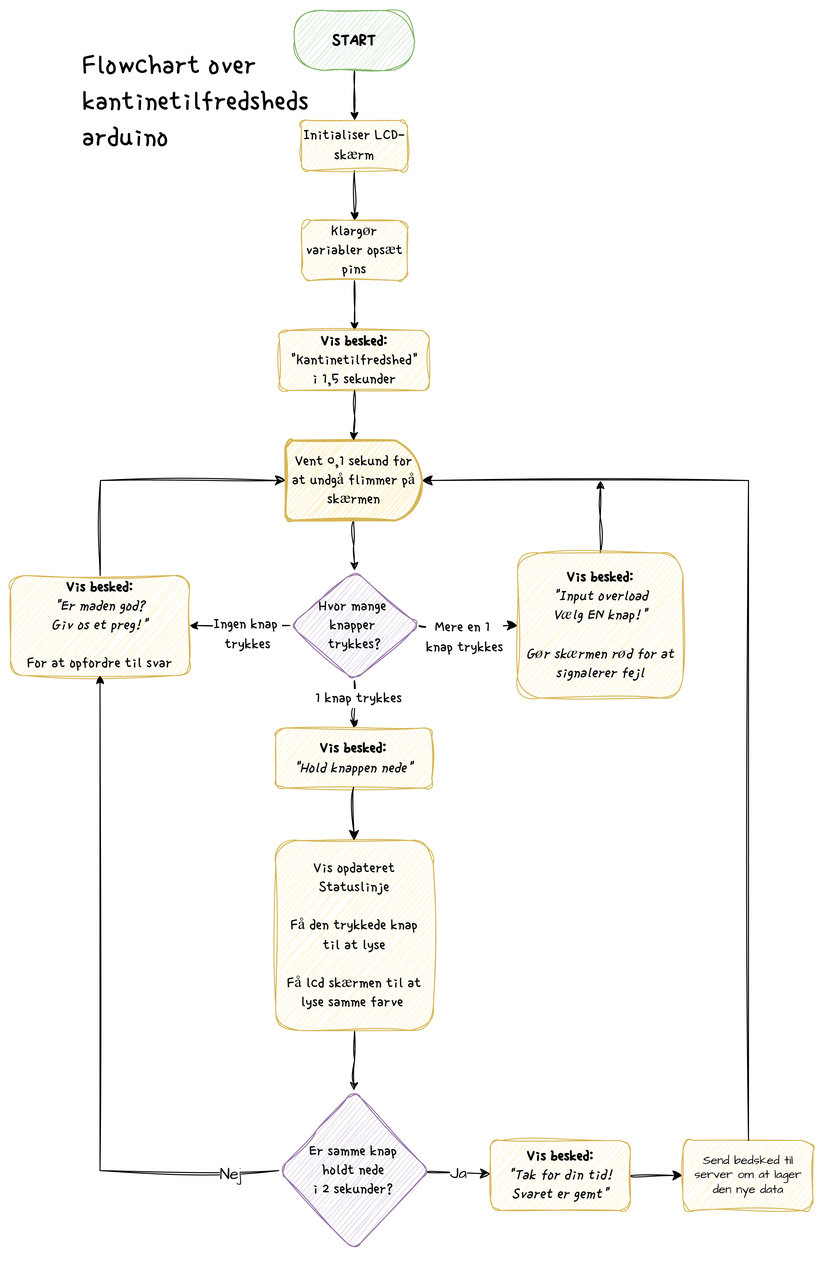
Above: billeder/arduino-flowchart - v2.png in JamesPness/Kantinetilfredshed (draw.io), before the change. Source tidied: cells renumbered, new cells last; positions are measured from the earlier drawing's top-left corner, leaving out a move shared by most shapes.
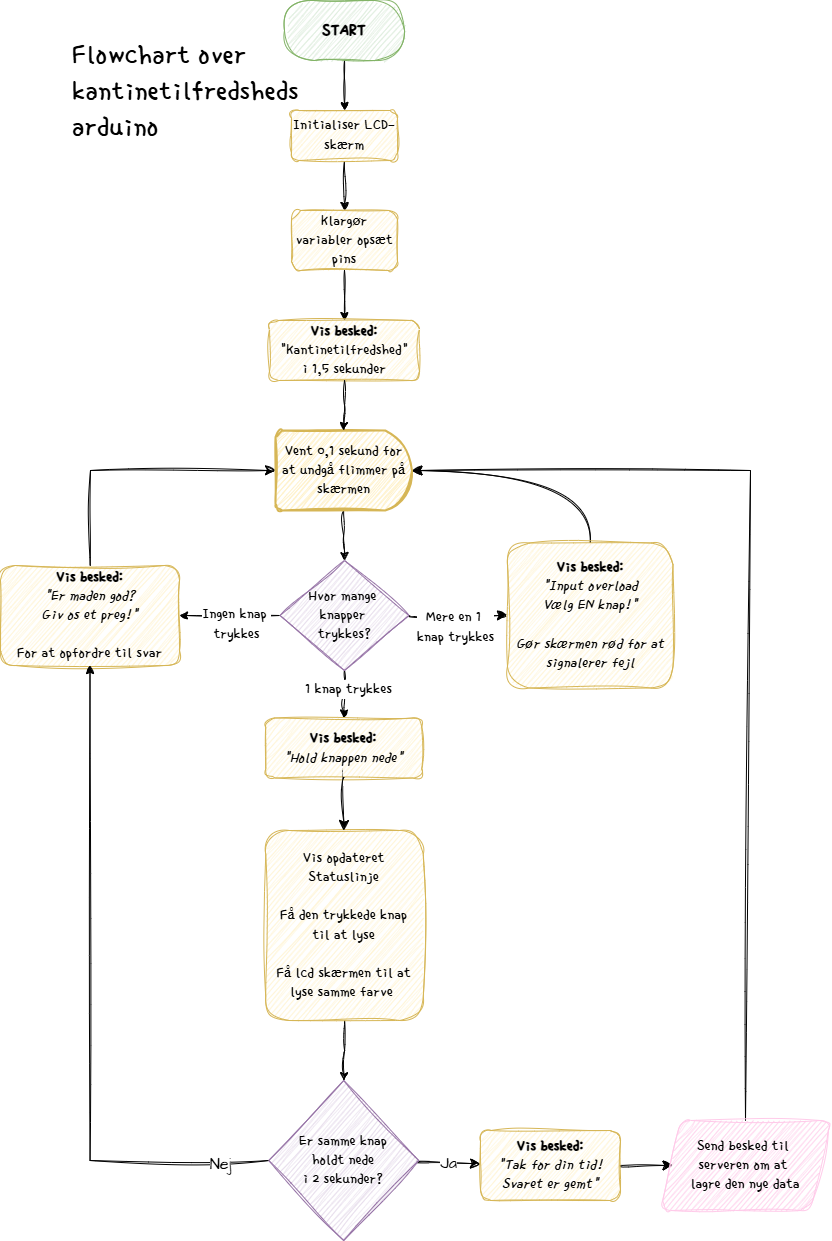
After the commit.

Diff of the diagram source:
```diff
@@ -65,24 +65,25 @@
     <mxCell id="20" value="&lt;font style=&quot;font-size: 16px;&quot;&gt;Nej&lt;/font&gt;" style="edgeLabel;html=1;align=center;verticalAlign=middle;sketch=1;hachureGap=4;jiggle=2;curveFitting=1;fontFamily=Architects Daughter;fontSource=https%3A%2F%2Ffonts.googleapis.com%2Fcss%3Ffamily%3DArchitects%2BDaughter;" parent="19" vertex="1">
       <mxGeometry x="-0.86" y="3" relative="1" as="geometry" />
     </mxCell>
-    <mxCell id="21" value="&lt;div&gt;&lt;span style=&quot;font-size: 16px; font-family: &amp;quot;Single Day&amp;quot;; background-color: transparent; color: light-dark(rgb(0, 0, 0), rgb(255, 255, 255));&quot;&gt;&lt;span style=&quot;font-weight: normal;&quot;&gt;Er samme knap&lt;/span&gt;&lt;/span&gt;&lt;/div&gt;&lt;div&gt;&lt;font face=&quot;Single Day&quot;&gt;&lt;span style=&quot;font-size: 16px;&quot;&gt;&lt;span style=&quot;font-weight: normal;&quot;&gt;holdt nede&lt;/span&gt;&lt;/span&gt;&lt;/font&gt;&lt;/div&gt;&lt;div&gt;&lt;font face=&quot;Single Day&quot;&gt;&lt;span style=&quot;font-size: 16px;&quot;&gt;&lt;span style=&quot;font-weight: normal;&quot;&gt;i 2 sekunder?&lt;/span&gt;&lt;/span&gt;&lt;/font&gt;&lt;/div&gt;" style="rhombus;whiteSpace=wrap;html=1;sketch=1;hachureGap=4;jiggle=2;curveFitting=1;fontFamily=Architects Daughter;fontSource=https%3A%2F%2Ffonts.googleapis.com%2Fcss%3Ffamily%3DArchitects%2BDaughter;rounded=1;fillColor=#e1d5e7;strokeColor=#9673a6;fontStyle=1;" parent="1" vertex="1">
+    <mxCell id="21" value="&lt;div&gt;&lt;span style=&quot;font-size: 16px; font-family: &amp;quot;Single Day&amp;quot;; background-color: transparent; color: light-dark(rgb(0, 0, 0), rgb(255, 255, 255));&quot;&gt;&lt;span style=&quot;font-weight: normal;&quot;&gt;Er samme knap&lt;/span&gt;&lt;/span&gt;&lt;/div&gt;&lt;div&gt;&lt;font face=&quot;Single Day&quot;&gt;&lt;span style=&quot;font-size: 16px;&quot;&gt;&lt;span style=&quot;font-weight: normal;&quot;&gt;holdt nede&lt;/span&gt;&lt;/span&gt;&lt;/font&gt;&lt;/div&gt;&lt;div&gt;&lt;font face=&quot;Single Day&quot;&gt;&lt;span style=&quot;font-size: 16px;&quot;&gt;&lt;span style=&quot;font-weight: normal;&quot;&gt;i 2 sekunder?&lt;/span&gt;&lt;/span&gt;&lt;/font&gt;&lt;/div&gt;" style="rhombus;whiteSpace=wrap;html=1;sketch=1;hachureGap=4;jiggle=2;curveFitting=1;fontFamily=Architects Daughter;fontSource=https%3A%2F%2Ffonts.googleapis.com%2Fcss%3Ffamily%3DArchitects%2BDaughter;rounded=0;fillColor=#e1d5e7;strokeColor=#9673a6;fontStyle=1;" parent="1" vertex="1">
       <mxGeometry x="268.2" y="1080" width="150" height="160" as="geometry" />
     </mxCell>
     <mxCell id="22" style="endArrow=classic;html=1;rounded=0;sketch=1;hachureGap=4;jiggle=2;curveFitting=1;fontFamily=Architects Daughter;fontSource=https%3A%2F%2Ffonts.googleapis.com%2Fcss%3Ffamily%3DArchitects%2BDaughter;fontSize=12;startSize=8;endSize=8;curved=1;exitX=0.5;exitY=1;exitDx=0;exitDy=0;" parent="1" edge="1" source="14" target="16">
       <mxGeometry relative="1" as="geometry" />
     </mxCell>
-    <mxCell id="23" style="edgeStyle=none;curved=1;rounded=0;sketch=1;hachureGap=4;jiggle=2;curveFitting=1;jettySize=auto;html=1;fontFamily=Architects Daughter;fontSource=https%3A%2F%2Ffonts.googleapis.com%2Fcss%3Ffamily%3DArchitects%2BDaughter;fontSize=12;startSize=8;endSize=8;" parent="1" edge="1" source="24" target="25">
-      <mxGeometry relative="1" as="geometry" />
+    <mxCell id="23" style="edgeStyle=none;curved=1;rounded=0;sketch=1;hachureGap=4;jiggle=2;curveFitting=1;jettySize=auto;html=1;fontFamily=Architects Daughter;fontSource=https%3A%2F%2Ffonts.googleapis.com%2Fcss%3Ffamily%3DArchitects%2BDaughter;fontSize=12;startSize=8;endSize=8;" parent="1" edge="1" source="24">
+      <mxGeometry relative="1" as="geometry">
+        <mxPoint x="672.5" y="1165" as="targetPoint" />
+      </mxGeometry>
     </mxCell>
     <mxCell id="24" value="&lt;b&gt;&lt;font style=&quot;font-size: 16px;&quot; face=&quot;Single Day&quot;&gt;Vis besked:&lt;/font&gt;&lt;/b&gt;&lt;div&gt;&lt;i&gt;&lt;font style=&quot;font-size: 16px;&quot; face=&quot;Single Day&quot;&gt;&quot;Tak for din tid!&lt;/font&gt;&lt;/i&gt;&lt;/div&gt;&lt;div&gt;&lt;i&gt;&lt;font style=&quot;font-size: 16px;&quot; face=&quot;Single Day&quot;&gt;Svaret er gemt&quot;&lt;/font&gt;&lt;/i&gt;&lt;/div&gt;" style="whiteSpace=wrap;html=1;fontFamily=Architects Daughter;fillColor=#fff2cc;strokeColor=#d6b656;sketch=1;hachureGap=4;jiggle=2;curveFitting=1;fontSource=https%3A%2F%2Ffonts.googleapis.com%2Fcss%3Ffamily%3DArchitects%2BDaughter;rounded=1;" parent="1" vertex="1">
       <mxGeometry x="480" y="1130" width="140" height="70" as="geometry" />
     </mxCell>
-    <mxCell id="25" value="Send bedsked til server om at lager den nye data" style="rounded=1;whiteSpace=wrap;html=1;sketch=1;hachureGap=4;jiggle=2;curveFitting=1;fontFamily=Architects Daughter;fontSource=https%3A%2F%2Ffonts.googleapis.com%2Fcss%3Ffamily%3DArchitects%2BDaughter;fillColor=#fff2cc;strokeColor=#d6b656;" parent="1" vertex="1">
-      <mxGeometry x="672.5" y="1130" width="130" height="70" as="geometry" />
-    </mxCell>
-    <mxCell id="26" style="edgeStyle=orthogonalEdgeStyle;rounded=0;sketch=1;hachureGap=4;jiggle=2;curveFitting=1;jettySize=auto;html=1;fontFamily=Architects Daughter;fontSource=https%3A%2F%2Ffonts.googleapis.com%2Fcss%3Ffamily%3DArchitects%2BDaughter;" parent="1" edge="1" source="27">
+    <mxCell id="26" style="edgeStyle=orthogonalEdgeStyle;rounded=0;sketch=1;hachureGap=4;jiggle=2;curveFitting=1;jettySize=auto;html=1;fontFamily=Architects Daughter;fontSource=https%3A%2F%2Ffonts.googleapis.com%2Fcss%3Ffamily%3DArchitects%2BDaughter;entryX=1;entryY=0.5;entryDx=0;entryDy=0;entryPerimeter=0;exitX=0.5;exitY=0;exitDx=0;exitDy=0;curved=1;" parent="1" edge="1" source="27" target="34">
       <mxGeometry relative="1" as="geometry">
-        <mxPoint x="590" y="470" as="targetPoint" />
+        <Array as="points">
+          <mxPoint x="590" y="470" />
+        </Array>
       </mxGeometry>
     </mxCell>
     <mxCell id="27" value="&lt;b&gt;Vis besked:&lt;/b&gt;&lt;div&gt;&lt;i&gt;&quot;Input overload&lt;/i&gt;&lt;/div&gt;&lt;div&gt;&lt;i&gt;Vælg EN knap!&quot;&lt;/i&gt;&lt;/div&gt;&lt;div&gt;&lt;i&gt;&lt;br&gt;&lt;/i&gt;&lt;/div&gt;&lt;div&gt;&lt;i&gt;Gør skærmen rød for at signalerer fejl&lt;/i&gt;&lt;/div&gt;" style="whiteSpace=wrap;html=1;fontSize=16;fontFamily=Single Day;fillColor=#fff2cc;strokeColor=#d6b656;rounded=1;sketch=1;curveFitting=1;jiggle=2;fontSource=https%3A%2F%2Ffonts.googleapis.com%2Fcss%3Ffamily%3DSingle%2BDay;" parent="1" vertex="1">
@@ -95,11 +96,10 @@
         </Array>
       </mxGeometry>
     </mxCell>
-    <mxCell id="29" style="edgeStyle=none;curved=0;rounded=0;sketch=1;hachureGap=4;jiggle=2;curveFitting=1;jettySize=auto;html=1;entryX=1;entryY=0.5;entryDx=0;entryDy=0;entryPerimeter=0;fontFamily=Architects Daughter;fontSource=https%3A%2F%2Ffonts.googleapis.com%2Fcss%3Ffamily%3DArchitects%2BDaughter;fontSize=12;startSize=8;endSize=8;" parent="1" edge="1" target="34">
+    <mxCell id="29" style="edgeStyle=none;curved=0;rounded=0;sketch=1;hachureGap=4;jiggle=2;curveFitting=1;jettySize=auto;html=1;entryX=1;entryY=0.5;entryDx=0;entryDy=0;entryPerimeter=0;fontFamily=Architects Daughter;fontSource=https%3A%2F%2Ffonts.googleapis.com%2Fcss%3Ffamily%3DArchitects%2BDaughter;fontSize=12;startSize=8;endSize=8;exitX=0.5;exitY=0;exitDx=0;exitDy=0;" parent="1" edge="1" source="37" target="34">
       <mxGeometry relative="1" as="geometry">
-        <mxPoint x="738" y="1130" as="sourcePoint" />
         <Array as="points">
-          <mxPoint x="738" y="470" />
+          <mxPoint x="750" y="470" />
         </Array>
       </mxGeometry>
     </mxCell>
@@ -121,8 +121,11 @@
     <mxCell id="35" style="edgeStyle=orthogonalEdgeStyle;rounded=0;sketch=1;hachureGap=4;jiggle=2;curveFitting=1;jettySize=auto;html=1;entryX=0.5;entryY=0;entryDx=0;entryDy=0;entryPerimeter=0;fontFamily=Architects Daughter;fontSource=https%3A%2F%2Ffonts.googleapis.com%2Fcss%3Ffamily%3DArchitects%2BDaughter;" parent="1" edge="1" source="32" target="34">
       <mxGeometry relative="1" as="geometry" />
     </mxCell>
-    <mxCell id="36" value="&lt;div&gt;&lt;span style=&quot;background-color: transparent; color: light-dark(rgb(0, 0, 0), rgb(255, 255, 255));&quot;&gt;Hvor mange&amp;nbsp;&lt;/span&gt;&lt;/div&gt;&lt;div&gt;&lt;span style=&quot;background-color: transparent; color: light-dark(rgb(0, 0, 0), rgb(255, 255, 255));&quot;&gt;knapper&amp;nbsp;&lt;/span&gt;&lt;/div&gt;&lt;div&gt;&lt;span style=&quot;background-color: transparent; color: light-dark(rgb(0, 0, 0), rgb(255, 255, 255));&quot;&gt;trykkes?&lt;/span&gt;&lt;/div&gt;" style="rhombus;html=1;fontFamily=Single Day;fillColor=#e1d5e7;strokeColor=#9673a6;whiteSpace=wrap;rounded=1;sketch=1;curveFitting=1;jiggle=2;fontSource=https%3A%2F%2Ffonts.googleapis.com%2Fcss%3Ffamily%3DSingle%2BDay;fontSize=16;" parent="1" vertex="1">
+    <mxCell id="36" value="&lt;div&gt;&lt;span style=&quot;background-color: transparent; color: light-dark(rgb(0, 0, 0), rgb(255, 255, 255));&quot;&gt;Hvor mange&amp;nbsp;&lt;/span&gt;&lt;/div&gt;&lt;div&gt;&lt;span style=&quot;background-color: transparent; color: light-dark(rgb(0, 0, 0), rgb(255, 255, 255));&quot;&gt;knapper&amp;nbsp;&lt;/span&gt;&lt;/div&gt;&lt;div&gt;&lt;span style=&quot;background-color: transparent; color: light-dark(rgb(0, 0, 0), rgb(255, 255, 255));&quot;&gt;trykkes?&lt;/span&gt;&lt;/div&gt;" style="rhombus;html=1;fontFamily=Single Day;fillColor=#e1d5e7;strokeColor=#9673a6;whiteSpace=wrap;rounded=0;sketch=1;curveFitting=1;jiggle=2;fontSource=https%3A%2F%2Ffonts.googleapis.com%2Fcss%3Ffamily%3DSingle%2BDay;fontSize=16;" parent="1" vertex="1">
       <mxGeometry x="279.5" y="560" width="129" height="110" as="geometry" />
     </mxCell>
+    <mxCell id="37" value="&lt;font style=&quot;font-size: 16px;&quot; face=&quot;Single Day&quot;&gt;Send besked til&amp;nbsp;&lt;/font&gt;&lt;div&gt;&lt;font style=&quot;font-size: 16px;&quot; face=&quot;Single Day&quot;&gt;serveren om at&amp;nbsp;&lt;/font&gt;&lt;/div&gt;&lt;div&gt;&lt;font style=&quot;font-size: 16px;&quot; face=&quot;Single Day&quot;&gt;lagre den nye data&lt;/font&gt;&lt;/div&gt;" style="shape=parallelogram;perimeter=parallelogramPerimeter;whiteSpace=wrap;html=1;fixedSize=1;sketch=1;hachureGap=4;jiggle=2;curveFitting=1;fontFamily=Architects Daughter;fontSource=https%3A%2F%2Ffonts.googleapis.com%2Fcss%3Ffamily%3DArchitects%2BDaughter;fillColor=#FFCAE9;strokeColor=#FFCAE9;rounded=1;" parent="1" vertex="1">
+      <mxGeometry x="660" y="1120" width="170" height="90" as="geometry" />
+    </mxCell>
   </root>
 </mxGraphModel>
```
